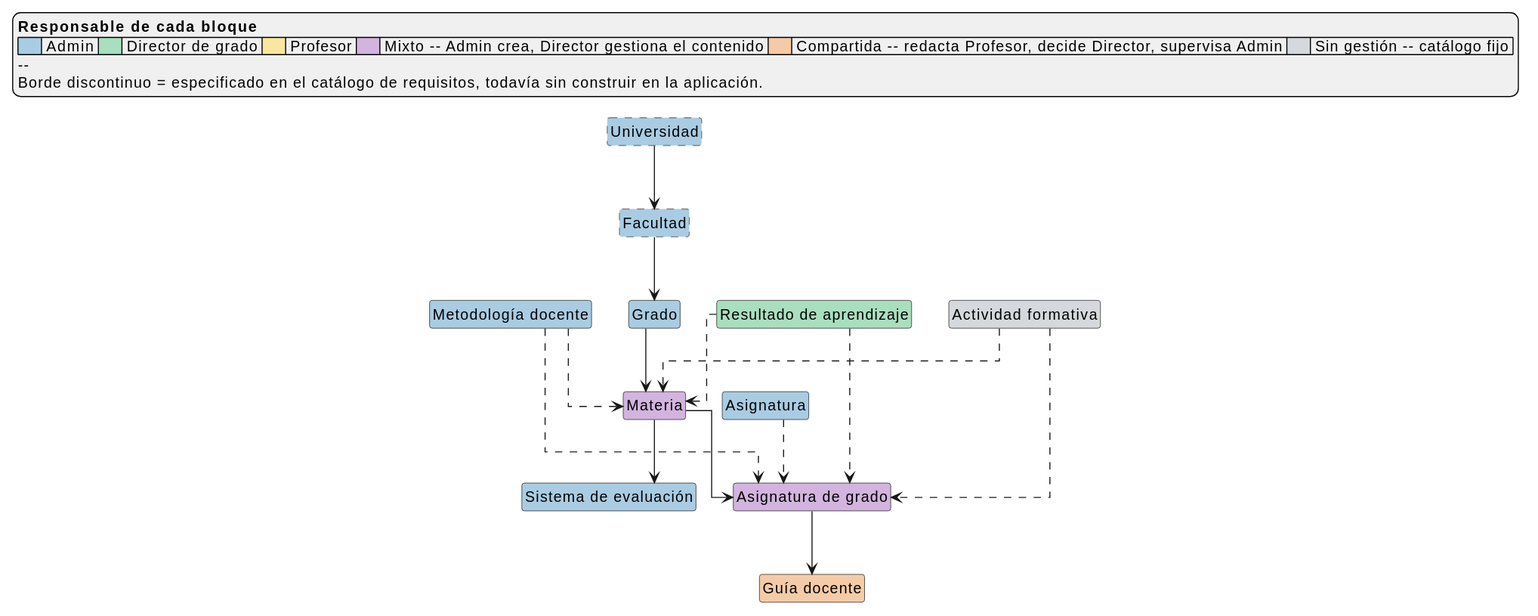
Above: images/MANUAL_USUARIO/estructuraDelSistema.svg in mmasias/pyCeldaPublico (PlantUML), before the change.
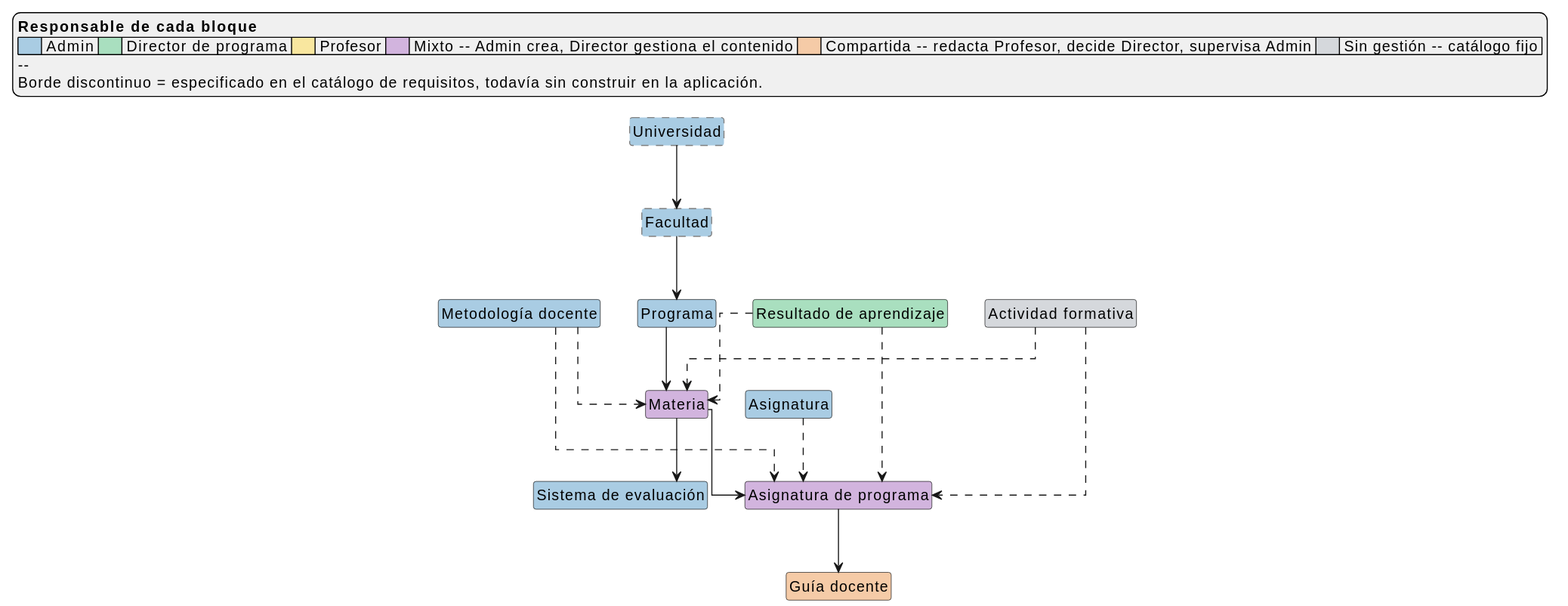
The same diagram one commit later.

The edit, as a diff of the source:
```diff
@@ -13,36 +13,36 @@
 
 legend top
     **Responsable de cada bloque**
-    |<#A9CCE3>     | Admin |<#A9DFBF>     | Director de grado |<#F9E79F>     | Profesor |<#D2B4DE>     | Mixto -- Admin crea, Director gestiona el contenido |<#F5CBA7>     | Compartida -- redacta Profesor, decide Director, supervisa Admin |<#D5D8DC>     | Sin gestión -- catálogo fijo |
+    |<#A9CCE3>     | Admin |<#A9DFBF>     | Director de programa |<#F9E79F>     | Profesor |<#D2B4DE>     | Mixto -- Admin crea, Director gestiona el contenido |<#F5CBA7>     | Compartida -- redacta Profesor, decide Director, supervisa Admin |<#D5D8DC>     | Sin gestión -- catálogo fijo |
     --
     Borde discontinuo = especificado en el catálogo de requisitos, todavía sin construir en la aplicación.
 end legend
 
 class "Universidad" as Universidad #A9CCE3;line:gray;line.dashed
 class "Facultad" as Facultad #A9CCE3;line:gray;line.dashed
-class "Grado" as Grado #A9CCE3
+class "Programa" as Programa #A9CCE3
 class "Materia" as Materia #D2B4DE
 class "Sistema de evaluación" as SistemaEvaluacion #A9CCE3
-class "Asignatura de grado" as AsignaturaGrado #D2B4DE
+class "Asignatura de programa" as AsignaturaPrograma #D2B4DE
 class "Guía docente" as Guia #F5CBA7
 
 Universidad --> Facultad
-Facultad --> Grado
-Grado --> Materia
+Facultad --> Programa
+Programa --> Materia
 Materia --> SistemaEvaluacion
-Materia --> AsignaturaGrado
-AsignaturaGrado --> Guia
+Materia --> AsignaturaPrograma
+AsignaturaPrograma --> Guia
 
 class "Asignatura" as Asignatura #A9CCE3
 class "Metodología docente" as MetodologiaDocente #A9CCE3
 class "Resultado de aprendizaje" as ResultadoAprendizaje #A9DFBF
 class "Actividad formativa" as ActividadFormativa #D5D8DC
 
-Asignatura ..> AsignaturaGrado
+Asignatura ..> AsignaturaPrograma
 MetodologiaDocente ..> Materia
-MetodologiaDocente ..> AsignaturaGrado
+MetodologiaDocente ..> AsignaturaPrograma
 ResultadoAprendizaje ..> Materia
-ResultadoAprendizaje ..> AsignaturaGrado
+ResultadoAprendizaje ..> AsignaturaPrograma
 ActividadFormativa ..> Materia
-ActividadFormativa ..> AsignaturaGrado
+ActividadFormativa ..> AsignaturaPrograma
 @enduml
```
